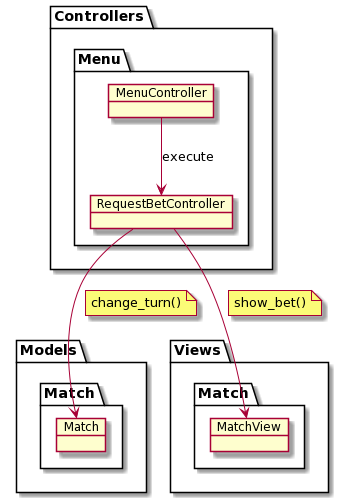
USantaTecla-game-backgammon/backgammon keeps this PlantUML diagram as rup/analysis/use_cases/request_bet.png. Above is the earlier version.
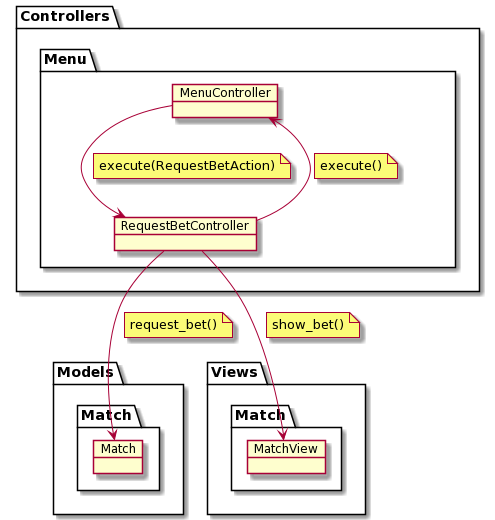
After the commit.

Change to the diagram source:
```diff
@@ -18,15 +18,23 @@
     }
 }
 
-MenuController --> RequestBetController: execute
+MenuController --> RequestBetController
+note on link
+    execute(RequestBetAction)
+end note
 
 RequestBetController --> Match
 note on link
-  change_turn()
+    request_bet()
 end note
 
 RequestBetController --> MatchView
 note on link
-  show_bet()
+    show_bet()
+end note
+
+RequestBetController --> MenuController
+note on link
+    execute()
 end note
 @enduml
```
